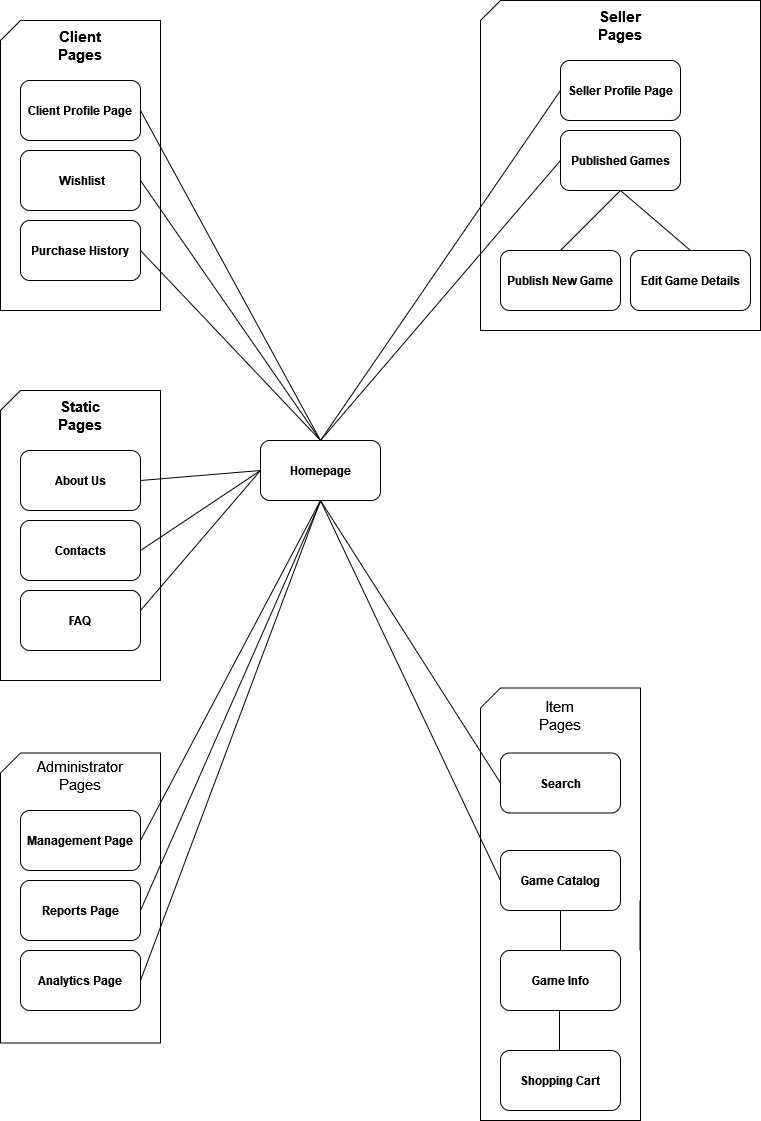
The draw.io diagram assets/sitemap.png in YZ1GO/L.EIC023_LBAW_PRJ, before a commit. Source tidied: cells renumbered, new cells last; positions are measured from the earlier drawing's top-left corner, leaving out a move shared by most shapes.
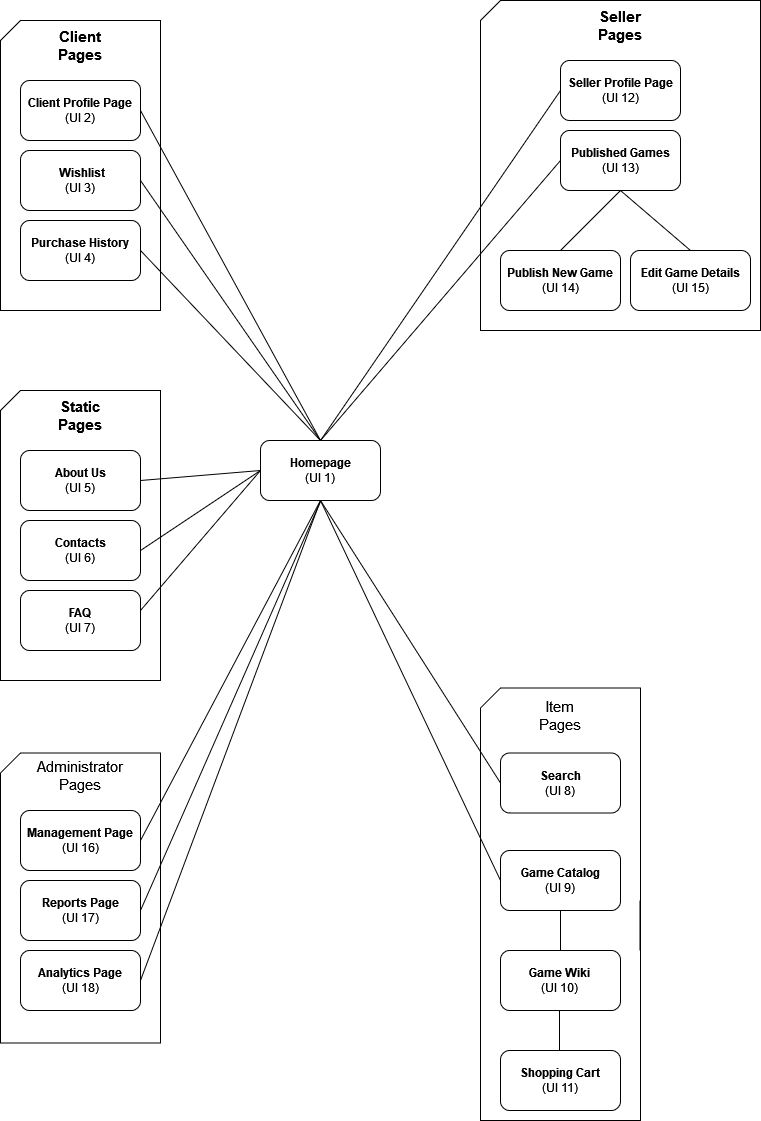
After the change.

Commit message:
Adding page identifiers to sitemap pages.

Diff of the diagram source:
```diff
@@ -8,13 +8,13 @@
     <mxCell id="3" value="&lt;font style=&quot;font-size: 15px;&quot;&gt;Administrator Pages&lt;/font&gt;" style="text;html=1;align=center;verticalAlign=middle;whiteSpace=wrap;rounded=0;" parent="1" vertex="1">
       <mxGeometry x="50" y="760" width="60" height="30" as="geometry" />
     </mxCell>
-    <mxCell id="4" value="&lt;b&gt;Analytics Page&lt;/b&gt;" style="rounded=1;whiteSpace=wrap;html=1;" parent="1" vertex="1">
+    <mxCell id="4" value="&lt;div&gt;&lt;b&gt;Analytics Page&lt;/b&gt;&lt;/div&gt;(UI 18)" style="rounded=1;whiteSpace=wrap;html=1;" parent="1" vertex="1">
       <mxGeometry x="20" y="950" width="120" height="60" as="geometry" />
     </mxCell>
-    <mxCell id="5" value="&lt;b&gt;Reports Page&lt;/b&gt;" style="rounded=1;whiteSpace=wrap;html=1;" parent="1" vertex="1">
+    <mxCell id="5" value="&lt;div&gt;&lt;b&gt;Reports Page&lt;/b&gt;&lt;/div&gt;(UI 17)" style="rounded=1;whiteSpace=wrap;html=1;" parent="1" vertex="1">
       <mxGeometry x="20" y="880" width="120" height="60" as="geometry" />
     </mxCell>
-    <mxCell id="6" value="&lt;b&gt;Management Page&lt;/b&gt;" style="rounded=1;whiteSpace=wrap;html=1;" parent="1" vertex="1">
+    <mxCell id="6" value="&lt;div&gt;&lt;b&gt;Management Page&lt;/b&gt;&lt;/div&gt;(UI 16)" style="rounded=1;whiteSpace=wrap;html=1;" parent="1" vertex="1">
       <mxGeometry x="20" y="810" width="120" height="60" as="geometry" />
     </mxCell>
     <mxCell id="7" style="verticalLabelPosition=bottom;verticalAlign=top;html=1;shape=card;whiteSpace=wrap;size=20;arcSize=12;direction=east;" parent="1" vertex="1">
@@ -23,13 +23,13 @@
     <mxCell id="8" value="&lt;font style=&quot;font-size: 15px;&quot;&gt;&lt;b&gt;Client Pages&lt;/b&gt;&lt;/font&gt;" style="text;html=1;align=center;verticalAlign=middle;whiteSpace=wrap;rounded=0;" parent="1" vertex="1">
       <mxGeometry x="50" y="30" width="60" height="30" as="geometry" />
     </mxCell>
-    <mxCell id="9" value="&lt;b&gt;&amp;nbsp;Wishlist&lt;/b&gt;" style="rounded=1;whiteSpace=wrap;html=1;" parent="1" vertex="1">
+    <mxCell id="9" value="&lt;div&gt;&lt;b&gt;&amp;nbsp;Wishlist&lt;/b&gt;&lt;/div&gt;(UI 3)" style="rounded=1;whiteSpace=wrap;html=1;" parent="1" vertex="1">
       <mxGeometry x="20" y="150" width="120" height="60" as="geometry" />
     </mxCell>
-    <mxCell id="10" value="&lt;b&gt;Purchase History&lt;/b&gt;" style="rounded=1;whiteSpace=wrap;html=1;" parent="1" vertex="1">
+    <mxCell id="10" value="&lt;div&gt;&lt;b&gt;Purchase History&lt;/b&gt;&lt;/div&gt;&lt;div&gt;(UI 4)&lt;b&gt;&lt;br&gt;&lt;/b&gt;&lt;/div&gt;" style="rounded=1;whiteSpace=wrap;html=1;" parent="1" vertex="1">
       <mxGeometry x="20" y="220" width="120" height="60" as="geometry" />
     </mxCell>
-    <mxCell id="11" value="&lt;b&gt;Client Profile Page&lt;/b&gt;" style="rounded=1;whiteSpace=wrap;html=1;" parent="1" vertex="1">
+    <mxCell id="11" value="&lt;div&gt;&lt;b&gt;Client Profile Page&lt;/b&gt;&lt;/div&gt;(UI 2)" style="rounded=1;whiteSpace=wrap;html=1;" parent="1" vertex="1">
       <mxGeometry x="20" y="80" width="120" height="60" as="geometry" />
     </mxCell>
     <mxCell id="12" style="verticalLabelPosition=bottom;verticalAlign=top;html=1;shape=card;whiteSpace=wrap;size=20;arcSize=12;direction=east;" parent="1" vertex="1">
@@ -38,19 +38,19 @@
     <mxCell id="13" value="&lt;b&gt;&lt;font style=&quot;font-size: 15px;&quot;&gt;Seller Pages&lt;/font&gt;&lt;/b&gt;" style="text;html=1;align=center;verticalAlign=middle;whiteSpace=wrap;rounded=0;" parent="1" vertex="1">
       <mxGeometry x="590" y="10" width="60" height="30" as="geometry" />
     </mxCell>
-    <mxCell id="14" value="&lt;b&gt;Seller Profile Page&lt;/b&gt;" style="rounded=1;whiteSpace=wrap;html=1;" parent="1" vertex="1">
+    <mxCell id="14" value="&lt;div&gt;&lt;b&gt;Seller Profile Page&lt;/b&gt;&lt;/div&gt;(UI 12)" style="rounded=1;whiteSpace=wrap;html=1;" parent="1" vertex="1">
       <mxGeometry x="560" y="60" width="120" height="60" as="geometry" />
     </mxCell>
-    <mxCell id="15" value="&lt;b&gt;Published Games&lt;/b&gt;" style="rounded=1;whiteSpace=wrap;html=1;" parent="1" vertex="1">
+    <mxCell id="15" value="&lt;div&gt;&lt;b&gt;Published Games&lt;/b&gt;&lt;/div&gt;(UI 13)" style="rounded=1;whiteSpace=wrap;html=1;" parent="1" vertex="1">
       <mxGeometry x="560" y="130" width="120" height="60" as="geometry" />
     </mxCell>
     <mxCell id="16" style="endArrow=none;html=1;rounded=0;exitX=0.5;exitY=1;exitDx=0;exitDy=0;entryX=0.5;entryY=0;entryDx=0;entryDy=0;" parent="1" edge="1" source="15" target="18">
       <mxGeometry relative="1" as="geometry" />
     </mxCell>
-    <mxCell id="17" value="&lt;b&gt;Edit Game Details&lt;/b&gt;" style="rounded=1;whiteSpace=wrap;html=1;" parent="1" vertex="1">
+    <mxCell id="17" value="&lt;div&gt;&lt;b&gt;Edit Game Details&lt;/b&gt;&lt;/div&gt;(UI 15)" style="rounded=1;whiteSpace=wrap;html=1;" parent="1" vertex="1">
       <mxGeometry x="630" y="250" width="120" height="60" as="geometry" />
     </mxCell>
-    <mxCell id="18" value="&lt;b&gt;Publish New Game&lt;/b&gt;" style="rounded=1;whiteSpace=wrap;html=1;" parent="1" vertex="1">
+    <mxCell id="18" value="&lt;div&gt;&lt;b&gt;Publish New Game&lt;/b&gt;&lt;/div&gt;(UI 14)" style="rounded=1;whiteSpace=wrap;html=1;" parent="1" vertex="1">
       <mxGeometry x="500" y="250" width="120" height="60" as="geometry" />
     </mxCell>
     <mxCell id="19" style="verticalLabelPosition=bottom;verticalAlign=top;html=1;shape=card;whiteSpace=wrap;size=20;arcSize=12;direction=east;" parent="1" vertex="1">
@@ -59,13 +59,13 @@
     <mxCell id="20" value="&lt;font style=&quot;font-size: 15px;&quot;&gt;&lt;b&gt;Static Pages&lt;/b&gt;&lt;/font&gt;" style="text;html=1;align=center;verticalAlign=middle;whiteSpace=wrap;rounded=0;" parent="1" vertex="1">
       <mxGeometry x="50" y="400" width="60" height="30" as="geometry" />
     </mxCell>
-    <mxCell id="21" value="&lt;b&gt;Contacts&lt;/b&gt;" style="rounded=1;whiteSpace=wrap;html=1;" parent="1" vertex="1">
+    <mxCell id="21" value="&lt;div&gt;&lt;b&gt;Contacts&lt;/b&gt;&lt;/div&gt;&lt;div&gt;(UI 6)&lt;br&gt;&lt;/div&gt;" style="rounded=1;whiteSpace=wrap;html=1;" parent="1" vertex="1">
       <mxGeometry x="20" y="520" width="120" height="60" as="geometry" />
     </mxCell>
-    <mxCell id="22" value="&lt;b&gt;About Us&lt;/b&gt;" style="rounded=1;whiteSpace=wrap;html=1;" parent="1" vertex="1">
+    <mxCell id="22" value="&lt;div&gt;&lt;b&gt;About Us&lt;/b&gt;&lt;/div&gt;&lt;div&gt;(UI 5)&lt;b&gt;&lt;br&gt;&lt;/b&gt;&lt;/div&gt;" style="rounded=1;whiteSpace=wrap;html=1;" parent="1" vertex="1">
       <mxGeometry x="20" y="450" width="120" height="60" as="geometry" />
     </mxCell>
-    <mxCell id="23" value="&lt;b&gt;Homepage&lt;/b&gt;" style="rounded=1;whiteSpace=wrap;html=1;" parent="1" vertex="1">
+    <mxCell id="23" value="&lt;div&gt;&lt;b&gt;Homepage&lt;/b&gt;&lt;/div&gt;(UI 1)" style="rounded=1;whiteSpace=wrap;html=1;" parent="1" vertex="1">
       <mxGeometry x="260" y="440" width="120" height="60" as="geometry" />
     </mxCell>
     <mxCell id="24" style="endArrow=none;html=1;rounded=0;exitX=1;exitY=0.5;exitDx=0;exitDy=0;entryX=0;entryY=0.5;entryDx=0;entryDy=0;" parent="1" edge="1" source="22" target="23">
@@ -94,16 +94,16 @@
     <mxCell id="31" value="&lt;font style=&quot;font-size: 15px;&quot;&gt;Item Pages&lt;/font&gt;" style="text;html=1;align=center;verticalAlign=middle;whiteSpace=wrap;rounded=0;" parent="1" vertex="1">
       <mxGeometry x="530" y="700" width="60" height="30" as="geometry" />
     </mxCell>
-    <mxCell id="32" value="&lt;b&gt;Search&lt;/b&gt;" style="rounded=1;whiteSpace=wrap;html=1;" parent="1" vertex="1">
+    <mxCell id="32" value="&lt;div&gt;&lt;b&gt;Search&lt;/b&gt;&lt;/div&gt;(UI 8)" style="rounded=1;whiteSpace=wrap;html=1;" parent="1" vertex="1">
       <mxGeometry x="500" y="752.5" width="120" height="60" as="geometry" />
     </mxCell>
-    <mxCell id="33" value="&lt;b&gt;Game Catalog&lt;/b&gt;" style="rounded=1;whiteSpace=wrap;html=1;" parent="1" vertex="1">
+    <mxCell id="33" value="&lt;div&gt;&lt;b&gt;Game Catalog&lt;/b&gt;&lt;/div&gt;(UI 9)" style="rounded=1;whiteSpace=wrap;html=1;" parent="1" vertex="1">
       <mxGeometry x="500" y="850" width="120" height="60" as="geometry" />
     </mxCell>
-    <mxCell id="34" value="&lt;b&gt;Game Info&lt;/b&gt;" style="rounded=1;whiteSpace=wrap;html=1;" parent="1" vertex="1">
+    <mxCell id="34" value="&lt;div&gt;&lt;b&gt;Game Wiki&lt;br&gt;&lt;/b&gt;&lt;/div&gt;(UI 10)" style="rounded=1;whiteSpace=wrap;html=1;" parent="1" vertex="1">
       <mxGeometry x="500" y="950" width="120" height="60" as="geometry" />
     </mxCell>
-    <mxCell id="35" value="&lt;b&gt;Shopping Cart&lt;/b&gt;" style="rounded=1;whiteSpace=wrap;html=1;" parent="1" vertex="1">
+    <mxCell id="35" value="&lt;div&gt;&lt;b&gt;Shopping Cart&lt;/b&gt;&lt;/div&gt;(UI 11)" style="rounded=1;whiteSpace=wrap;html=1;" parent="1" vertex="1">
       <mxGeometry x="500" y="1050" width="120" height="60" as="geometry" />
     </mxCell>
     <mxCell id="36" style="endArrow=none;html=1;rounded=0;exitX=1;exitY=0.5;exitDx=0;exitDy=0;entryX=0;entryY=0.5;entryDx=0;entryDy=0;" parent="1" edge="1" source="6">
@@ -125,7 +125,7 @@
     <mxCell id="40" style="endArrow=none;html=1;rounded=0;exitX=0.5;exitY=0;exitDx=0;exitDy=0;entryX=0;entryY=0.5;entryDx=0;entryDy=0;" parent="1" edge="1" source="23" target="14">
       <mxGeometry relative="1" as="geometry" />
     </mxCell>
-    <mxCell id="41" value="&lt;b&gt;FAQ&lt;/b&gt;" style="rounded=1;whiteSpace=wrap;html=1;" parent="1" vertex="1">
+    <mxCell id="41" value="&lt;div&gt;&lt;b&gt;FAQ&lt;/b&gt;&lt;/div&gt;(UI 7)" style="rounded=1;whiteSpace=wrap;html=1;" parent="1" vertex="1">
       <mxGeometry x="20" y="590" width="120" height="60" as="geometry" />
     </mxCell>
     <mxCell id="42" style="endArrow=none;html=1;rounded=0;exitX=1;exitY=0.5;exitDx=0;exitDy=0;entryX=0;entryY=0.5;entryDx=0;entryDy=0;" parent="1" edge="1" target="23">
```
